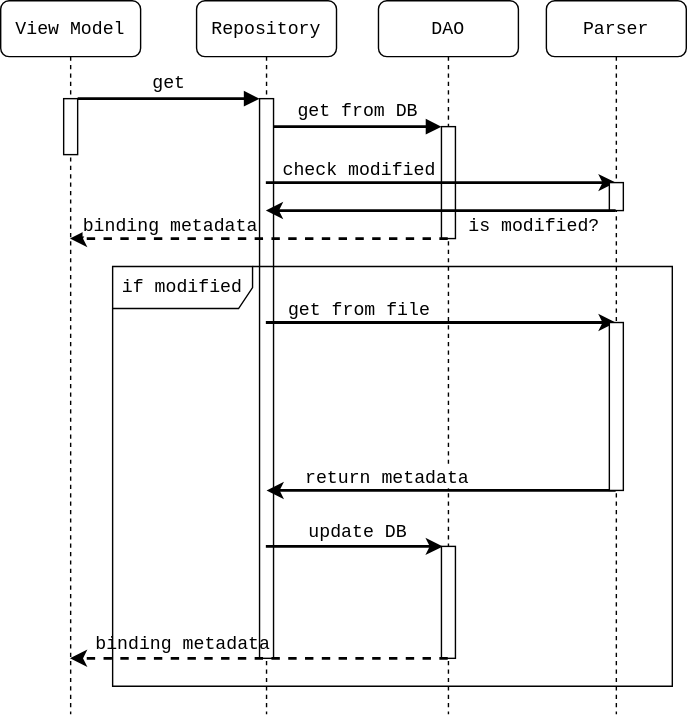
nvmnghia/thesis keeps this draw.io diagram as images/MVVM_repo.svg. Above is the earlier version. Source tidied: cells renumbered, new cells last; positions are measured from the earlier drawing's top-left corner, leaving out a move shared by most shapes.
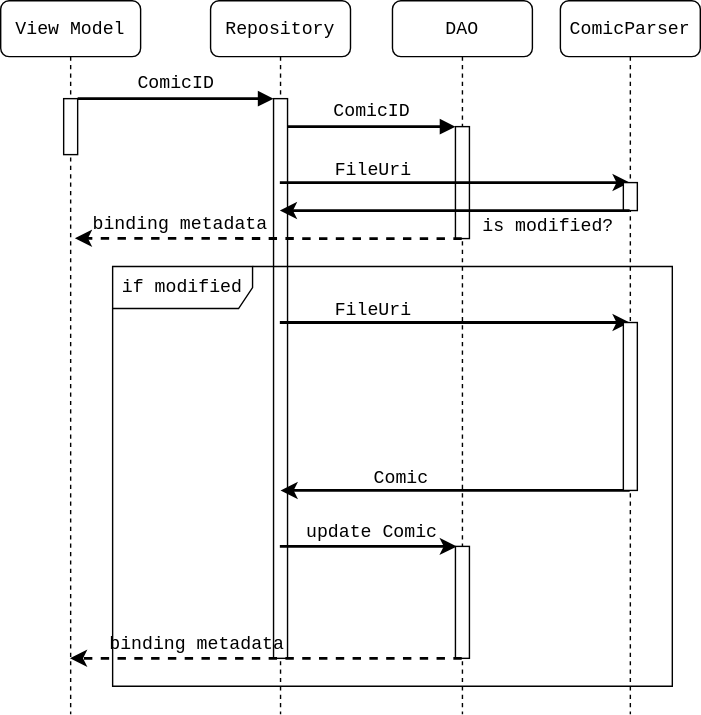
The same file after the commit.

What changed in the source:
```diff
@@ -14,25 +14,24 @@
     <mxCell id="5" style="html=1;points=[];perimeter=orthogonalPerimeter;rounded=0;shadow=0;comic=0;labelBackgroundColor=none;strokeWidth=1;fontFamily=Courier New;fontSize=13;align=center;" parent="4" vertex="1">
       <mxGeometry x="45" y="90" width="10" height="80" as="geometry" />
     </mxCell>
-    <mxCell id="6" value="Parser" style="shape=umlLifeline;perimeter=lifelinePerimeter;whiteSpace=wrap;html=1;rounded=1;shadow=0;comic=0;labelBackgroundColor=none;strokeWidth=1;fontFamily=Courier New;fontSize=13;align=center;" parent="1" vertex="1">
+    <mxCell id="6" value="ComicParser" style="shape=umlLifeline;perimeter=lifelinePerimeter;whiteSpace=wrap;html=1;rounded=1;shadow=0;comic=0;labelBackgroundColor=none;strokeWidth=1;fontFamily=Courier New;fontSize=13;align=center;" parent="1" vertex="1">
       <mxGeometry x="390" width="100" height="510" as="geometry" />
     </mxCell>
     <mxCell id="7" value="View Model" style="shape=umlLifeline;perimeter=lifelinePerimeter;whiteSpace=wrap;html=1;outlineConnect=0;rounded=1;shadow=0;comic=0;labelBackgroundColor=none;strokeWidth=1;fontFamily=Courier New;fontSize=13;align=center;" parent="1" vertex="1">
-      <mxGeometry width="100" height="510" as="geometry" />
+      <mxGeometry x="-10" width="100" height="510" as="geometry" />
     </mxCell>
     <mxCell id="8" style="html=1;points=[];perimeter=orthogonalPerimeter;rounded=0;shadow=0;comic=0;labelBackgroundColor=none;strokeWidth=1;fontFamily=Courier New;fontSize=13;align=center;" parent="7" vertex="1">
       <mxGeometry x="45" y="70" width="10" height="40" as="geometry" />
     </mxCell>
-    <mxCell id="9" value="get" style="html=1;verticalAlign=bottom;endArrow=block;entryX=0;entryY=0;labelBackgroundColor=none;fontFamily=Courier New;fontSize=13;edgeStyle=elbowEdgeStyle;elbow=vertical;strokeWidth=2;" parent="1" edge="1" source="8" target="3">
+    <mxCell id="9" value="ComicID" style="html=1;verticalAlign=bottom;endArrow=block;entryX=0;entryY=0;labelBackgroundColor=none;fontFamily=Courier New;fontSize=13;edgeStyle=elbowEdgeStyle;elbow=vertical;strokeWidth=2;" parent="1" edge="1" source="8" target="3">
       <mxGeometry relative="1" as="geometry" />
     </mxCell>
-    <mxCell id="10" value="get from DB" style="html=1;verticalAlign=bottom;endArrow=block;entryX=0;entryY=0;labelBackgroundColor=none;fontFamily=Courier New;fontSize=13;edgeStyle=elbowEdgeStyle;elbow=vertical;strokeWidth=2;" parent="1" edge="1" source="3" target="5">
+    <mxCell id="10" value="ComicID" style="html=1;verticalAlign=bottom;endArrow=block;entryX=0;entryY=0;labelBackgroundColor=none;fontFamily=Courier New;fontSize=13;edgeStyle=elbowEdgeStyle;elbow=vertical;strokeWidth=2;" parent="1" edge="1" source="3" target="5">
       <mxGeometry relative="1" as="geometry" />
     </mxCell>
-    <mxCell id="11" style="endArrow=classic;html=1;fontFamily=Courier New;fontSize=13;dashed=1;strokeWidth=2;" parent="1" edge="1">
+    <mxCell id="11" style="endArrow=classic;html=1;fontFamily=Courier New;fontSize=13;dashed=1;strokeWidth=2;entryX=0.53;entryY=0.333;entryDx=0;entryDy=0;entryPerimeter=0;" parent="1" edge="1" target="7">
       <mxGeometry relative="1" as="geometry">
         <mxPoint x="319.5" y="170" as="sourcePoint" />
-        <mxPoint x="49.5" y="170" as="targetPoint" />
         <Array as="points">
           <mxPoint x="240" y="170" />
         </Array>
@@ -52,7 +51,7 @@
         </Array>
       </mxGeometry>
     </mxCell>
-    <mxCell id="14" value="check modified" style="edgeLabel;html=1;align=center;verticalAlign=middle;fontSize=13;fontFamily=Courier New;" parent="13" vertex="1">
+    <mxCell id="14" value="FileUri" style="edgeLabel;html=1;align=center;verticalAlign=middle;fontSize=13;fontFamily=Courier New;" parent="13" vertex="1">
       <mxGeometry x="-0.03" y="-1" relative="1" as="geometry">
         <mxPoint x="-55" y="-11" as="offset" />
       </mxGeometry>
@@ -69,7 +68,7 @@
         </Array>
       </mxGeometry>
     </mxCell>
-    <mxCell id="17" value="return metadata" style="edgeLabel;html=1;align=center;verticalAlign=middle;fontFamily=Courier New;fontSize=13;" parent="16" vertex="1">
+    <mxCell id="17" value="Comic" style="edgeLabel;html=1;align=center;verticalAlign=middle;fontFamily=Courier New;fontSize=13;" parent="16" vertex="1">
       <mxGeometry relative="1" as="geometry">
         <mxPoint x="-39" y="-10" as="offset" />
       </mxGeometry>
@@ -82,16 +81,15 @@
         </Array>
       </mxGeometry>
     </mxCell>
-    <mxCell id="19" value="update DB" style="text;html=1;align=center;verticalAlign=middle;strokeColor=none;fontSize=13;fontFamily=Courier New;" parent="1" vertex="1">
-      <mxGeometry x="210" y="370" width="90" height="20" as="geometry" />
+    <mxCell id="19" value="update Comic" style="text;html=1;align=center;verticalAlign=middle;strokeColor=none;fontSize=13;fontFamily=Courier New;" parent="1" vertex="1">
+      <mxGeometry x="200" y="370" width="110" height="20" as="geometry" />
     </mxCell>
     <mxCell id="20" style="html=1;points=[];perimeter=orthogonalPerimeter;rounded=0;shadow=0;comic=0;labelBackgroundColor=none;strokeWidth=1;fontFamily=Courier New;fontSize=13;align=center;" parent="1" vertex="1">
       <mxGeometry x="315" y="390" width="10" height="80" as="geometry" />
     </mxCell>
-    <mxCell id="21" style="endArrow=classic;html=1;fontFamily=Courier New;fontSize=13;dashed=1;strokeWidth=2;" parent="1" edge="1">
+    <mxCell id="21" style="endArrow=classic;html=1;fontFamily=Courier New;fontSize=13;dashed=1;strokeWidth=2;" parent="1" edge="1" target="7">
       <mxGeometry relative="1" as="geometry">
         <mxPoint x="319.5" y="470" as="sourcePoint" />
-        <mxPoint x="49.5" y="470" as="targetPoint" />
         <Array as="points">
           <mxPoint x="100" y="470" />
         </Array>
@@ -101,7 +99,7 @@
       <mxGeometry x="60" y="450" width="140" height="20" as="geometry" />
     </mxCell>
     <mxCell id="23" value="if modified" style="shape=umlFrame;whiteSpace=wrap;html=1;fontFamily=Courier New;fontSize=13;width=100;height=30;" parent="1" vertex="1">
-      <mxGeometry x="80" y="190" width="400" height="300" as="geometry" />
+      <mxGeometry x="70" y="190" width="400" height="300" as="geometry" />
     </mxCell>
     <mxCell id="24" style="endArrow=classic;html=1;fontFamily=Courier New;fontSize=13;strokeWidth=2;" parent="1" edge="1">
       <mxGeometry relative="1" as="geometry">
@@ -126,7 +124,7 @@
         </Array>
       </mxGeometry>
     </mxCell>
-    <mxCell id="27" value="get from file" style="edgeLabel;html=1;align=center;verticalAlign=middle;fontFamily=Courier New;fontSize=13;" parent="26" vertex="1">
+    <mxCell id="27" value="FileUri" style="edgeLabel;html=1;align=center;verticalAlign=middle;fontFamily=Courier New;fontSize=13;" parent="26" vertex="1">
       <mxGeometry relative="1" as="geometry">
         <mxPoint x="-59" y="-10" as="offset" />
       </mxGeometry>
```
